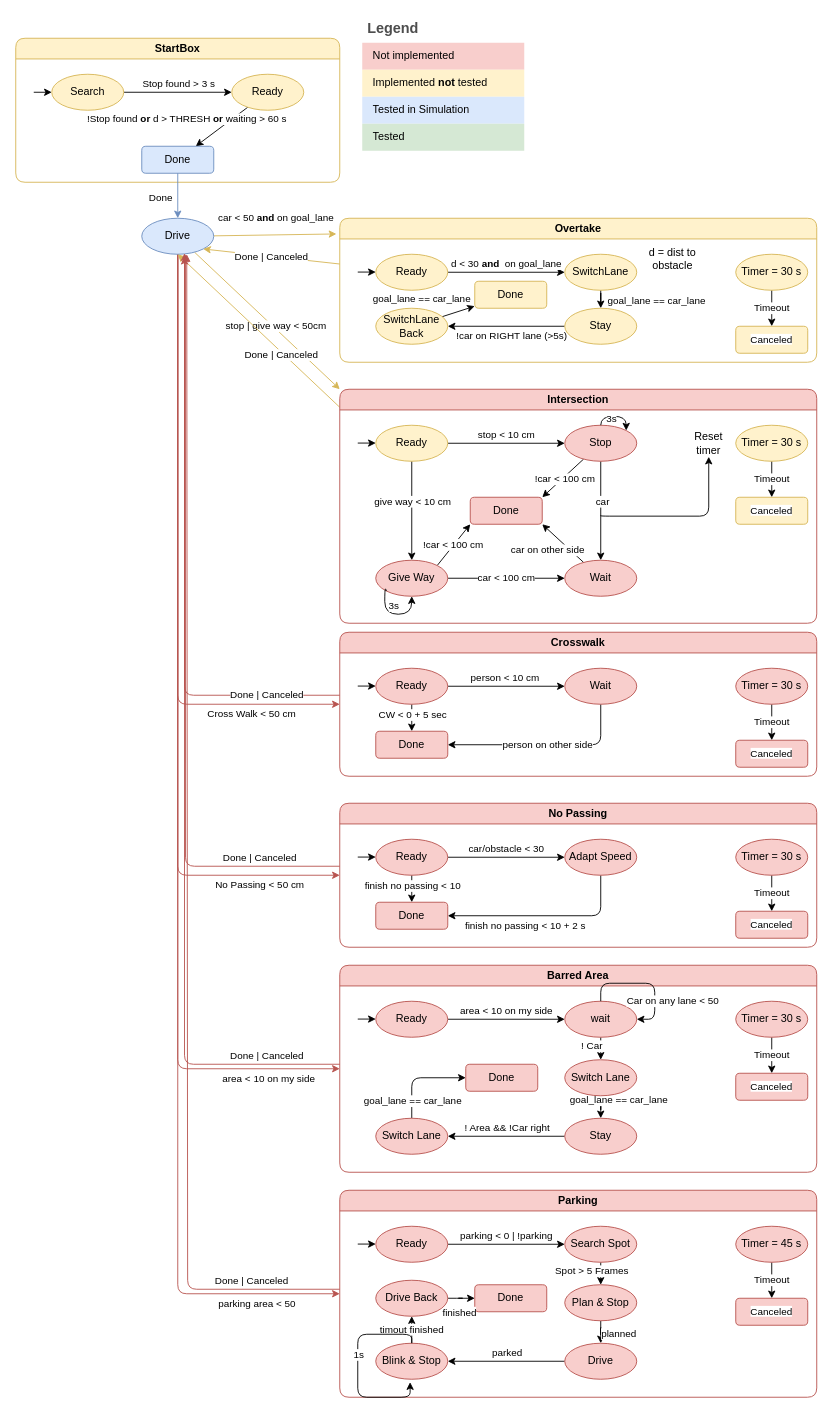
Earlier version of the draw.io diagram page "StateMachine" (2 of 2) of doc/state_machine.drawio (DHBW-Smart-Rollerz/state_machine). Source tidied: cells renumbered, new cells numbered last; positions are measured from the earlier drawing's top-left corner, leaving out a move shared by most shapes. Both pictures are drawn from the tidied source at 90%, with x=0, y=0 at pixel (15, 15).
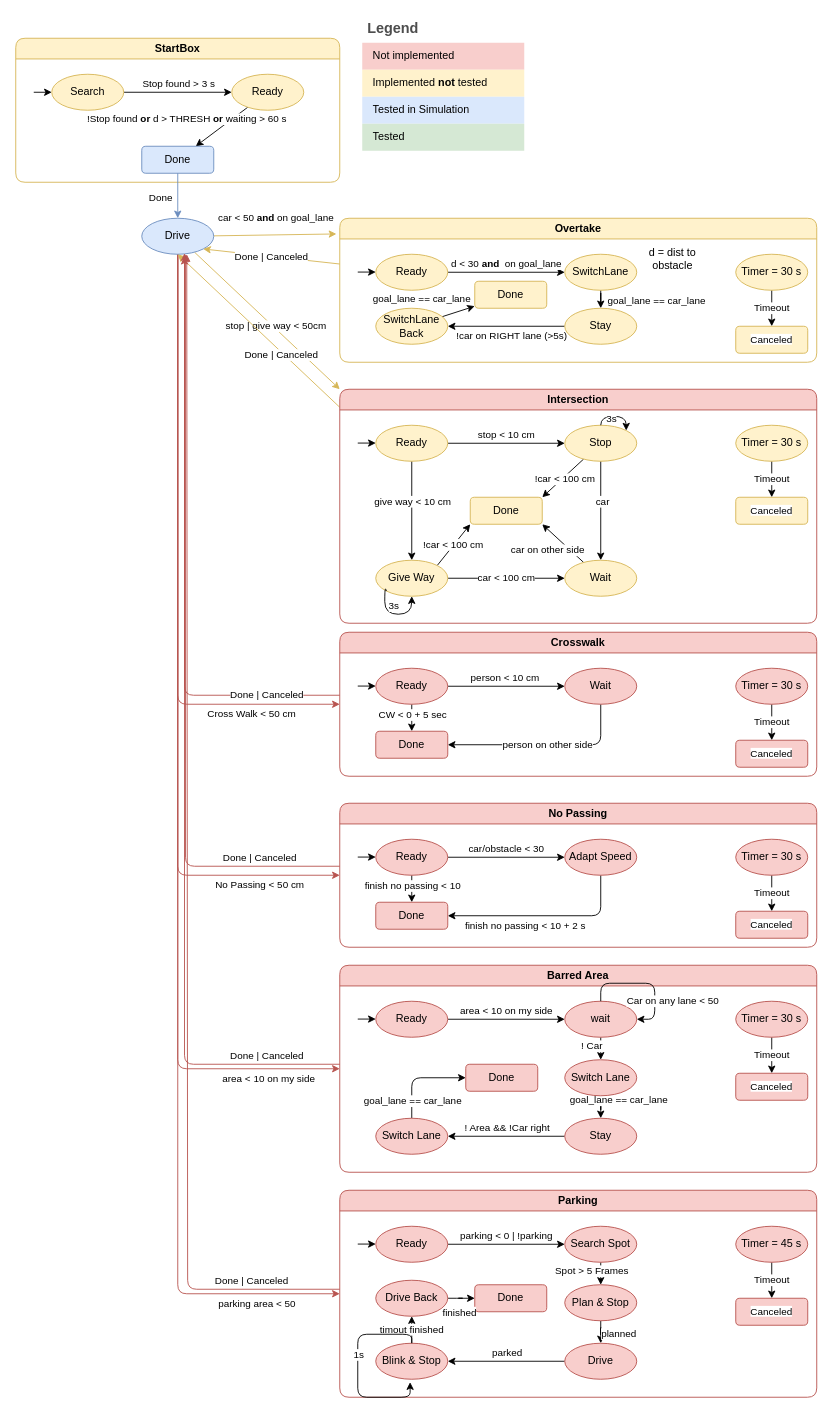
Above is the later version.

Unchanged cells that the change refers to:
```xml
<mxCell id="47" value="Intersection" style="swimlane;whiteSpace=wrap;html=1;rounded=1;fillColor=#f8cecc;strokeColor=#b85450;" parent="1" vertex="1">
  <mxGeometry x="360" y="415" width="530" height="260" as="geometry" />
</mxCell>
```

Change to the diagram source:
```diff
@@
-    <mxCell id="57" value="Stop" style="ellipse;whiteSpace=wrap;html=1;rounded=1;fillColor=#f8cecc;strokeColor=#b85450;" parent="47" vertex="1">
+    <mxCell id="57" value="Stop" style="ellipse;whiteSpace=wrap;html=1;rounded=1;fillColor=#fff2cc;strokeColor=#d6b656;" parent="47" vertex="1">
       <mxGeometry x="250" y="40" width="80" height="40" as="geometry" />
     </mxCell>
-    <mxCell id="58" value="Done" style="rounded=1;whiteSpace=wrap;html=1;fillColor=#f8cecc;strokeColor=#b85450;" parent="47" vertex="1">
+    <mxCell id="58" value="Done" style="rounded=1;whiteSpace=wrap;html=1;fillColor=#fff2cc;strokeColor=#d6b656;" parent="47" vertex="1">
       <mxGeometry x="145" y="120" width="80" height="30" as="geometry" />
     </mxCell>
@@
-    <mxCell id="62" style="edgeStyle=orthogonalEdgeStyle;rounded=1;jettySize=auto;html=1;entryX=0.5;entryY=1;entryDx=0;entryDy=0;" parent="47" edge="1" target="74">
-      <mxGeometry relative="1" as="geometry">
-        <mxPoint x="290" y="140" as="sourcePoint" />
-        <Array as="points">
-          <mxPoint x="290" y="141" />
-          <mxPoint x="410" y="141" />
-        </Array>
-      </mxGeometry>
-    </mxCell>
-    <mxCell id="63" value="Wait" style="ellipse;whiteSpace=wrap;html=1;rounded=1;fillColor=#f8cecc;strokeColor=#b85450;" parent="47" vertex="1">
+    <mxCell id="63" value="Wait" style="ellipse;whiteSpace=wrap;html=1;rounded=1;fillColor=#fff2cc;strokeColor=#d6b656;" parent="47" vertex="1">
       <mxGeometry x="250" y="190" width="80" height="40" as="geometry" />
     </mxCell>
@@
-    <mxCell id="71" value="&lt;span style=&quot;--code-background-color: #212121; --code-border-color: rgba(255, 255, 255, 0.15); --code-color: #F8F8F8; --text-container-font-weight: 400; --text-container-line-height: 1.625rem; --text-container-font-size: 0.875rem; --spacing-sl: 0.875rem;&quot; class=&quot;AnswerParser_TextContainer__z_Iiv&quot;&gt;Give Way&lt;/span&gt;" style="ellipse;whiteSpace=wrap;html=1;rounded=1;fillColor=#f8cecc;strokeColor=#b85450;" parent="47" vertex="1">
+    <mxCell id="71" value="&lt;span style=&quot;--code-background-color: #212121; --code-border-color: rgba(255, 255, 255, 0.15); --code-color: #F8F8F8; --text-container-font-weight: 400; --text-container-line-height: 1.625rem; --text-container-font-size: 0.875rem; --spacing-sl: 0.875rem;&quot; class=&quot;AnswerParser_TextContainer__z_Iiv&quot;&gt;Give Way&lt;/span&gt;" style="ellipse;whiteSpace=wrap;html=1;rounded=1;fillColor=#fff2cc;strokeColor=#d6b656;" parent="47" vertex="1">
       <mxGeometry x="40" y="190" width="80" height="40" as="geometry" />
     </mxCell>
@@
-    <mxCell id="74" value="Reset timer" style="text;html=1;align=center;verticalAlign=middle;whiteSpace=wrap;rounded=1;" parent="47" vertex="1">
-      <mxGeometry x="380" y="45" width="60" height="30" as="geometry" />
-    </mxCell>
```
